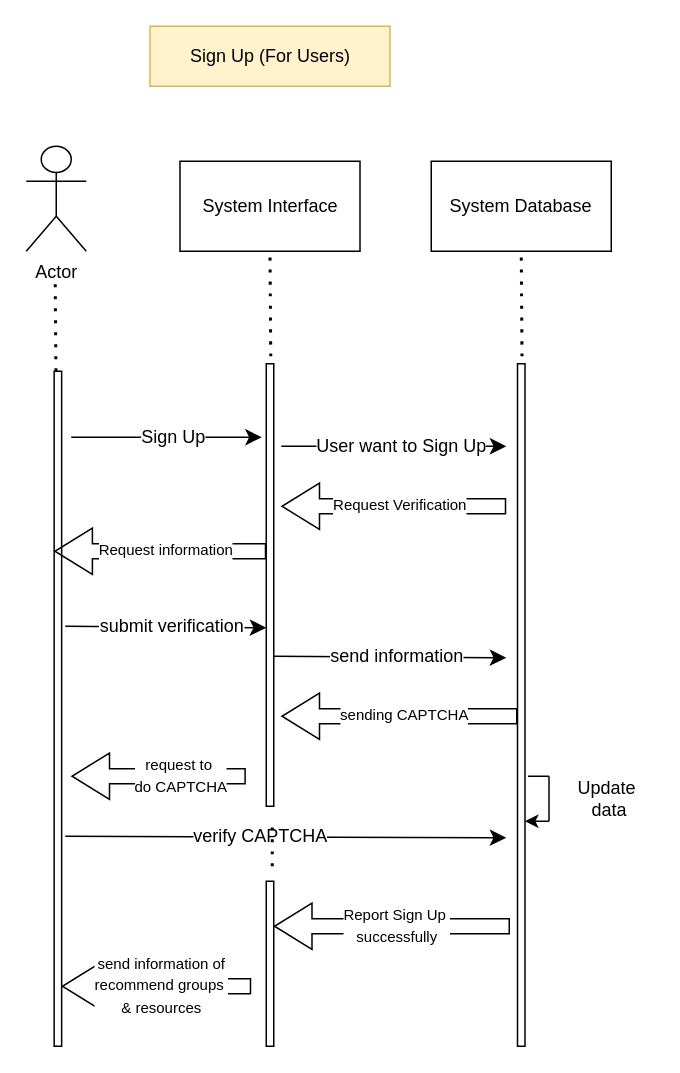
Earlier version of the draw.io diagram page "Sign Up (For Users)" (2 of 22) of Models/Sequence Diagram.drawio (ParkinnAuto/StudyMate). Source tidied: cells renumbered, new cells numbered last; positions are measured from the earlier drawing's top-left corner, leaving out a move shared by most shapes. Both pictures are drawn from the tidied source at 150%, with x=0, y=0 at pixel (26, 26).
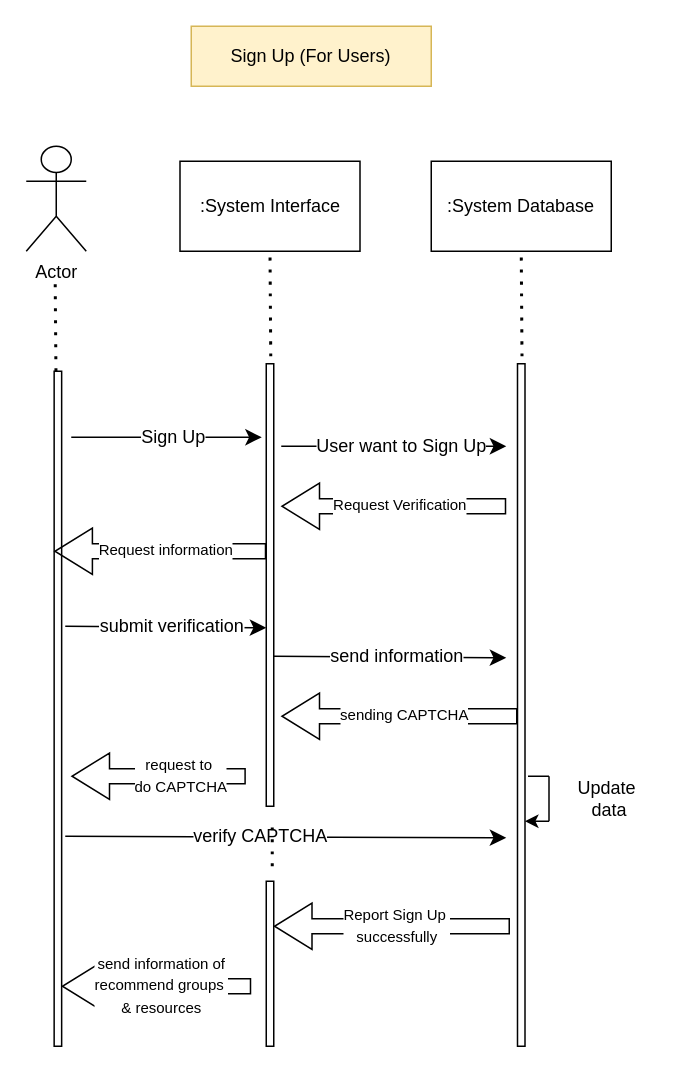
The same page after the edit.

What changed in the source:
```diff
@@
     <mxCell id="2" value="Sign Up (For Users)" style="rounded=0;whiteSpace=wrap;html=1;fillColor=#fff2cc;strokeColor=#d6b656;" parent="1" vertex="1">
-      <mxGeometry x="82.5" width="160" height="40" as="geometry" />
+      <mxGeometry x="110" width="160" height="40" as="geometry" />
     </mxCell>
@@
-    <mxCell id="7" value="System Interface" style="rounded=0;whiteSpace=wrap;html=1;" parent="1" vertex="1">
+    <mxCell id="7" value=":System Interface" style="rounded=0;whiteSpace=wrap;html=1;" parent="1" vertex="1">
       <mxGeometry x="102.5" y="90" width="120" height="60" as="geometry" />
     </mxCell>
@@
-    <mxCell id="10" value="System Database" style="rounded=0;whiteSpace=wrap;html=1;" parent="1" vertex="1">
+    <mxCell id="10" value=":System Database" style="rounded=0;whiteSpace=wrap;html=1;" parent="1" vertex="1">
       <mxGeometry x="270" y="90" width="120" height="60" as="geometry" />
     </mxCell>
```
